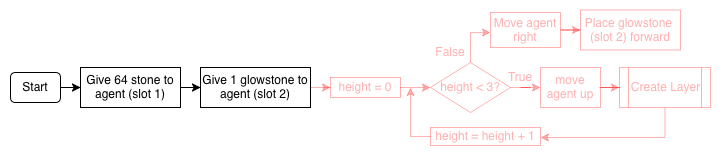
Above: tutorials/python-islands/island-7/tower_builder/images/flowchart-landscape_1.png in CausewayDigital/Minecraft-EE-MakeCode (draw.io), before the change. Source tidied: cells renumbered, new cells last; positions are measured from the earlier drawing's top-left corner, leaving out a move shared by most shapes.
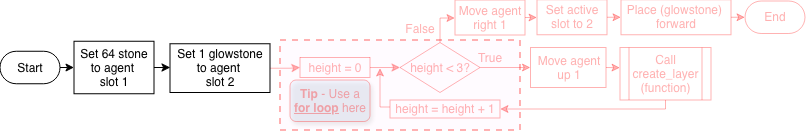
The same diagram one commit later.

Diff of the diagram source:
```diff
@@ -2,85 +2,107 @@
   <root>
     <mxCell id="0" />
     <mxCell id="1" parent="0" />
-    <mxCell id="2" style="edgeStyle=orthogonalEdgeStyle;rounded=0;jettySize=auto;html=1;" parent="1" edge="1" source="3" target="5">
-      <mxGeometry relative="1" as="geometry" />
-    </mxCell>
-    <mxCell id="3" value="Start" style="rounded=1;whiteSpace=wrap;html=1;" parent="1" vertex="1">
-      <mxGeometry y="63" width="50" height="30" as="geometry" />
-    </mxCell>
-    <mxCell id="4" style="edgeStyle=orthogonalEdgeStyle;rounded=0;jettySize=auto;html=1;" parent="1" edge="1" source="5" target="7">
+    <mxCell id="4" style="edgeStyle=orthogonalEdgeStyle;rounded=0;jettySize=auto;html=1;exitX=1;exitY=0.5;exitDx=0;exitDy=0;entryX=0;entryY=0.5;entryDx=0;entryDy=0;" parent="1" edge="1" source="5" target="7">
       <mxGeometry relative="1" as="geometry" />
     </mxCell>
-    <mxCell id="5" value="Give 64 stone to agent (slot 1)" style="rounded=0;whiteSpace=wrap;html=1;" parent="1" vertex="1">
-      <mxGeometry x="70" y="58" width="100" height="40" as="geometry" />
+    <mxCell id="5" value="Set 64 stone to agent&amp;nbsp;&lt;div&gt;slot 1&lt;/div&gt;" style="rounded=0;whiteSpace=wrap;html=1;" parent="1" vertex="1">
+      <mxGeometry x="-346" y="49.2" width="80" height="52.5" as="geometry" />
     </mxCell>
-    <mxCell id="6" style="edgeStyle=orthogonalEdgeStyle;rounded=0;jettySize=auto;html=1;fontColor=#FF0000;textOpacity=30;strokeColor=#FF0000;opacity=30;" parent="1" edge="1" source="7" target="9">
+    <mxCell id="6" style="edgeStyle=orthogonalEdgeStyle;rounded=0;jettySize=auto;html=1;strokeColor=#FF0000;opacity=30;textOpacity=30;fontColor=#FF0000;" parent="1" edge="1" source="7" target="9">
       <mxGeometry relative="1" as="geometry" />
     </mxCell>
-    <mxCell id="7" value="Give 1 glowstone to agent (slot 2)" style="rounded=0;whiteSpace=wrap;html=1;" parent="1" vertex="1">
-      <mxGeometry x="190" y="58" width="110" height="40" as="geometry" />
+    <mxCell id="7" value="Set 1 glowstone to agent&amp;nbsp;&lt;div&gt;slot 2&lt;/div&gt;" style="rounded=0;whiteSpace=wrap;html=1;" parent="1" vertex="1">
+      <mxGeometry x="-250" y="51.8" width="100" height="48.8" as="geometry" />
     </mxCell>
-    <mxCell id="8" style="edgeStyle=orthogonalEdgeStyle;rounded=0;jettySize=auto;html=1;fontColor=#FF0000;textOpacity=30;strokeColor=#FF0000;opacity=30;" parent="1" edge="1" source="9" target="12">
+    <mxCell id="8" style="edgeStyle=orthogonalEdgeStyle;rounded=0;jettySize=auto;html=1;strokeColor=#FF0000;opacity=30;textOpacity=30;fontColor=#FF0000;" parent="1" edge="1" source="9" target="12">
       <mxGeometry relative="1" as="geometry" />
     </mxCell>
-    <mxCell id="9" value="height = 0" style="rounded=0;whiteSpace=wrap;html=1;fontColor=#FF0000;textOpacity=30;strokeColor=#FF0000;opacity=30;" parent="1" vertex="1">
-      <mxGeometry x="320" y="68" width="70" height="20" as="geometry" />
+    <mxCell id="9" value="height = 0" style="rounded=0;whiteSpace=wrap;html=1;strokeColor=#FF0000;opacity=30;textOpacity=30;fontColor=#FF0000;" parent="1" vertex="1">
+      <mxGeometry x="-120" y="65.5" width="70" height="20" as="geometry" />
     </mxCell>
-    <mxCell id="10" style="edgeStyle=orthogonalEdgeStyle;rounded=0;jettySize=auto;html=1;fontColor=#FF0000;textOpacity=30;strokeColor=#FF0000;opacity=30;" parent="1" edge="1" source="12" target="18">
+    <mxCell id="10" style="edgeStyle=orthogonalEdgeStyle;rounded=0;jettySize=auto;html=1;strokeColor=#FF0000;opacity=30;textOpacity=30;fontColor=#FF0000;" parent="1" edge="1" source="12" target="18">
       <mxGeometry relative="1" as="geometry" />
     </mxCell>
-    <mxCell id="11" style="edgeStyle=orthogonalEdgeStyle;rounded=0;jettySize=auto;html=1;fontColor=#FF0000;textOpacity=30;strokeColor=#FF0000;opacity=30;" parent="1" edge="1" source="12" target="20">
+    <mxCell id="11" style="edgeStyle=orthogonalEdgeStyle;rounded=0;jettySize=auto;html=1;strokeColor=#FF0000;opacity=30;textOpacity=30;fontColor=#FF0000;" parent="1" edge="1" source="12" target="20">
       <mxGeometry relative="1" as="geometry">
         <Array as="points">
-          <mxPoint x="460" y="23" />
+          <mxPoint x="20" y="26" />
         </Array>
       </mxGeometry>
     </mxCell>
-    <mxCell id="12" value="height &amp;lt; 3?" style="rhombus;whiteSpace=wrap;html=1;fontColor=#FF0000;textOpacity=30;strokeColor=#FF0000;opacity=30;" parent="1" vertex="1">
-      <mxGeometry x="420" y="53" width="80" height="50" as="geometry" />
+    <mxCell id="12" value="height &amp;lt; 3?" style="rhombus;whiteSpace=wrap;html=1;strokeColor=#FF0000;opacity=30;textOpacity=30;fontColor=#FF0000;" parent="1" vertex="1">
+      <mxGeometry x="-20" y="50.5" width="80" height="50" as="geometry" />
     </mxCell>
-    <mxCell id="13" style="edgeStyle=orthogonalEdgeStyle;rounded=0;jettySize=auto;html=1;fontColor=#FF0000;textOpacity=30;strokeColor=#FF0000;opacity=30;" parent="1" edge="1" source="14">
-      <mxGeometry relative="1" as="geometry">
-        <mxPoint x="400" y="78" as="targetPoint" />
-      </mxGeometry>
-    </mxCell>
+    <mxCell id="25" style="edgeStyle=orthogonalEdgeStyle;rounded=0;orthogonalLoop=1;jettySize=auto;html=1;exitX=0;exitY=0.5;exitDx=0;exitDy=0;strokeColor=#FF0000;opacity=30;textOpacity=30;fontColor=#FF0000;" parent="1" edge="1">
+      <mxGeometry relative="1" as="geometry">
+        <mxPoint x="-30" y="115" as="sourcePoint" />
+        <mxPoint x="-40" y="76" as="targetPoint" />
+        <Array as="points">
+          <mxPoint x="-40" y="115" />
+        </Array>
+      </mxGeometry>
+    </mxCell>
-    <mxCell id="14" value="height = height + 1" style="rounded=0;whiteSpace=wrap;html=1;fontColor=#FF0000;textOpacity=30;strokeColor=#FF0000;opacity=30;" parent="1" vertex="1">
-      <mxGeometry x="420" y="118" width="110" height="18" as="geometry" />
+    <mxCell id="14" value="height = height + 1" style="rounded=0;whiteSpace=wrap;html=1;strokeColor=#FF0000;opacity=30;textOpacity=30;fontColor=#FF0000;" parent="1" vertex="1">
+      <mxGeometry x="-30" y="108" width="110" height="18" as="geometry" />
     </mxCell>
-    <mxCell id="15" value="False" style="text;html=1;strokeColor=none;fillColor=none;align=center;verticalAlign=middle;whiteSpace=wrap;rounded=0;fontColor=#FF0000;textOpacity=30;opacity=30;" parent="1" vertex="1">
-      <mxGeometry x="420" y="33" width="40" height="20" as="geometry" />
+    <mxCell id="15" value="False" style="text;html=1;strokeColor=none;fillColor=none;align=center;verticalAlign=middle;whiteSpace=wrap;rounded=0;opacity=30;textOpacity=30;fontColor=#FF0000;" parent="1" vertex="1">
+      <mxGeometry x="-20" y="26.5" width="40" height="20" as="geometry" />
     </mxCell>
-    <mxCell id="16" style="edgeStyle=orthogonalEdgeStyle;rounded=0;orthogonalLoop=1;jettySize=auto;html=1;exitX=0.5;exitY=1;exitDx=0;exitDy=0;fontColor=#FF0000;textOpacity=30;strokeColor=#FF0000;opacity=30;" parent="1" edge="1" source="15" target="15">
+    <mxCell id="16" style="edgeStyle=orthogonalEdgeStyle;rounded=0;orthogonalLoop=1;jettySize=auto;html=1;exitX=0.5;exitY=1;exitDx=0;exitDy=0;strokeColor=#FF0000;opacity=30;textOpacity=30;fontColor=#FF0000;" parent="1" edge="1" source="15" target="15">
       <mxGeometry relative="1" as="geometry" />
     </mxCell>
-    <mxCell id="17" style="edgeStyle=orthogonalEdgeStyle;rounded=0;jettySize=auto;html=1;fontColor=#FF0000;textOpacity=30;strokeColor=#FF0000;opacity=30;" parent="1" edge="1" source="18" target="24">
-      <mxGeometry relative="1" as="geometry" />
-    </mxCell>
-    <mxCell id="18" value="move agent up" style="rounded=0;whiteSpace=wrap;html=1;fontColor=#FF0000;textOpacity=30;strokeColor=#FF0000;opacity=30;" parent="1" vertex="1">
-      <mxGeometry x="530" y="58" width="60" height="40" as="geometry" />
+    <mxCell id="18" value="Move agent up 1" style="rounded=0;whiteSpace=wrap;html=1;strokeColor=#FF0000;opacity=30;textOpacity=30;fontColor=#FF0000;" parent="1" vertex="1">
+      <mxGeometry x="110.5" y="55.5" width="75.5" height="40" as="geometry" />
     </mxCell>
-    <mxCell id="19" style="edgeStyle=orthogonalEdgeStyle;rounded=0;jettySize=auto;html=1;fontColor=#FF0000;textOpacity=30;strokeColor=#FF0000;opacity=30;" parent="1" edge="1" source="20" target="21">
-      <mxGeometry relative="1" as="geometry" />
-    </mxCell>
+    <mxCell id="26" style="edgeStyle=orthogonalEdgeStyle;rounded=0;jettySize=auto;html=1;exitX=1;exitY=0.5;exitDx=0;exitDy=0;entryX=0;entryY=0.5;entryDx=0;entryDy=0;strokeColor=#FF0000;opacity=30;textOpacity=30;fontColor=#FF0000;" parent="1" edge="1" source="20" target="29">
+      <mxGeometry relative="1" as="geometry" />
+    </mxCell>
-    <mxCell id="20" value="Move agent right" style="rounded=0;whiteSpace=wrap;html=1;fontColor=#FF0000;textOpacity=30;strokeColor=#FF0000;opacity=30;" parent="1" vertex="1">
-      <mxGeometry x="480" y="3" width="70" height="35" as="geometry" />
+    <mxCell id="20" value="Move agent right 1" style="rounded=0;whiteSpace=wrap;html=1;strokeColor=#FF0000;opacity=30;textOpacity=30;fontColor=#FF0000;" parent="1" vertex="1">
+      <mxGeometry x="35" y="8" width="70" height="35" as="geometry" />
     </mxCell>
-    <mxCell id="21" value="&lt;div&gt;Place glowstone&amp;nbsp;&lt;/div&gt;&lt;div&gt;(slot 2) forward&lt;/div&gt;" style="rounded=0;whiteSpace=wrap;html=1;fontColor=#FF0000;textOpacity=30;strokeColor=#FF0000;opacity=30;" parent="1" vertex="1">
-      <mxGeometry x="570" y="0.5" width="100" height="40" as="geometry" />
+    <mxCell id="21" value="&lt;div&gt;Place (glowstone)&amp;nbsp;&lt;/div&gt;&lt;div&gt;forward&lt;/div&gt;" style="rounded=0;whiteSpace=wrap;html=1;strokeColor=#FF0000;opacity=30;textOpacity=30;fontColor=#FF0000;" parent="1" vertex="1">
+      <mxGeometry x="201" y="7.8" width="110" height="35" as="geometry" />
     </mxCell>
-    <mxCell id="22" value="True&lt;span style=&quot;font-family: monospace; font-size: 0px;&quot;&gt;%3CmxGraphModel%3E%3Croot%3E%3CmxCell%20id%3D%220%22%2F%3E%3CmxCell%20id%3D%221%22%20parent%3D%220%22%2F%3E%3CmxCell%20id%3D%222%22%20value%3D%22False%22%20style%3D%22text%3Bhtml%3D1%3BstrokeColor%3Dnone%3BfillColor%3Dnone%3Balign%3Dcenter%3BverticalAlign%3Dmiddle%3BwhiteSpace%3Dwrap%3Brounded%3D0%3B%22%20vertex%3D%221%22%20parent%3D%221%22%3E%3CmxGeometry%20x%3D%22260%22%20y%3D%22440%22%20width%3D%2240%22%20height%3D%2220%22%20as%3D%22geometry%22%2F%3E%3C%2FmxCell%3E%3C%2Froot%3E%3C%2FmxGraphModel%3E&lt;/span&gt;" style="text;html=1;strokeColor=none;fillColor=none;align=center;verticalAlign=middle;whiteSpace=wrap;rounded=0;fontColor=#FF0000;textOpacity=30;opacity=30;" parent="1" vertex="1">
-      <mxGeometry x="490" y="58" width="40" height="20" as="geometry" />
+    <mxCell id="22" value="True&lt;span style=&quot;font-family: monospace; font-size: 0px;&quot;&gt;%3CmxGraphModel%3E%3Croot%3E%3CmxCell%20id%3D%220%22%2F%3E%3CmxCell%20id%3D%221%22%20parent%3D%220%22%2F%3E%3CmxCell%20id%3D%222%22%20value%3D%22False%22%20style%3D%22text%3Bhtml%3D1%3BstrokeColor%3Dnone%3BfillColor%3Dnone%3Balign%3Dcenter%3BverticalAlign%3Dmiddle%3BwhiteSpace%3Dwrap%3Brounded%3D0%3B%22%20vertex%3D%221%22%20parent%3D%221%22%3E%3CmxGeometry%20x%3D%22260%22%20y%3D%22440%22%20width%3D%2240%22%20height%3D%2220%22%20as%3D%22geometry%22%2F%3E%3C%2FmxCell%3E%3C%2Froot%3E%3C%2FmxGraphModel%3E&lt;/span&gt;" style="text;html=1;strokeColor=none;fillColor=none;align=center;verticalAlign=middle;whiteSpace=wrap;rounded=0;opacity=30;textOpacity=30;fontColor=#FF0000;" parent="1" vertex="1">
+      <mxGeometry x="50" y="55.5" width="40" height="20" as="geometry" />
     </mxCell>
-    <mxCell id="23" style="edgeStyle=orthogonalEdgeStyle;rounded=0;jettySize=auto;html=1;entryX=1;entryY=0.5;entryDx=0;entryDy=0;fontColor=#FF0000;textOpacity=30;strokeColor=#FF0000;opacity=30;" parent="1" edge="1" source="24" target="14">
+    <mxCell id="23" style="edgeStyle=orthogonalEdgeStyle;rounded=0;jettySize=auto;html=1;exitX=0.5;exitY=1;exitDx=0;exitDy=0;entryX=1;entryY=0.5;entryDx=0;entryDy=0;strokeColor=#FF0000;opacity=30;textOpacity=30;fontColor=#FF0000;" parent="1" edge="1" source="24" target="14">
       <mxGeometry relative="1" as="geometry">
         <Array as="points">
-          <mxPoint x="655" y="128" />
-          <mxPoint x="530" y="128" />
+          <mxPoint x="246" y="117" />
         </Array>
       </mxGeometry>
     </mxCell>
-    <mxCell id="24" value="Create Layer" style="shape=process;whiteSpace=wrap;html=1;backgroundOutline=1;fontColor=#FF0000;textOpacity=30;strokeColor=#FF0000;opacity=30;" parent="1" vertex="1">
-      <mxGeometry x="609" y="58" width="91" height="40" as="geometry" />
+    <mxCell id="24" value="Call create_layer&lt;div&gt;(function)&lt;/div&gt;" style="shape=process;whiteSpace=wrap;html=1;backgroundOutline=1;strokeColor=#FF0000;opacity=30;textOpacity=30;fontColor=#FF0000;" parent="1" vertex="1">
+      <mxGeometry x="200" y="55.5" width="91" height="52.5" as="geometry" />
     </mxCell>
+    <mxCell id="27" value="End" style="html=1;dashed=0;whiteSpace=wrap;shape=mxgraph.dfd.start;strokeColor=#FF0000;opacity=30;textOpacity=30;fontColor=#FF0000;" parent="1" vertex="1">
+      <mxGeometry x="325" y="9" width="60" height="32.5" as="geometry" />
+    </mxCell>
+    <mxCell id="2" style="edgeStyle=orthogonalEdgeStyle;rounded=0;jettySize=auto;html=1;exitX=1;exitY=0.5;exitDx=0;exitDy=0;exitPerimeter=0;entryX=0;entryY=0.5;entryDx=0;entryDy=0;" parent="1" edge="1" source="3" target="5">
+      <mxGeometry relative="1" as="geometry" />
+    </mxCell>
+    <mxCell id="3" value="Start" style="html=1;dashed=0;whiteSpace=wrap;shape=mxgraph.dfd.start;" parent="1" vertex="1">
+      <mxGeometry x="-420" y="59.2" width="60" height="32.5" as="geometry" />
+    </mxCell>
+    <mxCell id="28" style="edgeStyle=orthogonalEdgeStyle;rounded=0;jettySize=auto;html=1;exitX=1;exitY=0.5;exitDx=0;exitDy=0;entryX=0;entryY=0.5;entryDx=0;entryDy=0;strokeColor=#FF0000;opacity=30;textOpacity=30;fontColor=#FF0000;" parent="1" edge="1" source="29" target="21">
+      <mxGeometry relative="1" as="geometry" />
+    </mxCell>
+    <mxCell id="29" value="Set active slot to 2" style="rounded=0;whiteSpace=wrap;html=1;strokeColor=#FF0000;opacity=30;textOpacity=30;fontColor=#FF0000;" parent="1" vertex="1">
+      <mxGeometry x="117" y="7.8" width="70" height="35" as="geometry" />
+    </mxCell>
+    <mxCell id="30" style="edgeStyle=orthogonalEdgeStyle;rounded=0;jettySize=auto;html=1;exitX=1;exitY=0.5;exitDx=0;exitDy=0;entryX=0;entryY=0.5;entryDx=0;entryDy=0;entryPerimeter=0;strokeColor=#FF0000;opacity=30;textOpacity=30;fontColor=#FF0000;" parent="1" edge="1" source="21" target="27">
+      <mxGeometry relative="1" as="geometry" />
+    </mxCell>
+    <mxCell id="17" style="endArrow=classic;html=1;rounded=0;exitX=1;exitY=0.5;exitDx=0;exitDy=0;entryX=0;entryY=0.385;entryDx=0;entryDy=0;entryPerimeter=0;strokeColor=#FF0000;opacity=30;textOpacity=30;fontColor=#FF0000;" parent="1" edge="1" source="18" target="24">
+      <mxGeometry relative="1" as="geometry" />
+    </mxCell>
+    <mxCell id="31" value="For loop" parent="0" />
+    <mxCell id="32" style="rounded=0;whiteSpace=wrap;html=1;fillColor=light-dark(#FB0FFF0D,#EDEDED0D);strokeColor=#FF0000;strokeWidth=2;dashed=1;perimeterSpacing=0;opacity=30;textOpacity=30;fontColor=#FF0000;" parent="31" vertex="1">
+      <mxGeometry x="-140" y="48" width="240" height="90" as="geometry" />
+    </mxCell>
+    <mxCell id="33" value="&lt;b&gt;Tip &lt;/b&gt;- Use a &lt;b&gt;&lt;u&gt;for loop&lt;/u&gt;&lt;/b&gt; here" style="text;html=1;whiteSpace=wrap;strokeColor=#FF0000;fillColor=#dae8fc;align=center;verticalAlign=middle;rounded=1;glass=0;shadow=1;opacity=30;textOpacity=30;fontColor=#FF0000;" parent="31" vertex="1">
+      <mxGeometry x="-130" y="88" width="80" height="41.5" as="geometry" />
+    </mxCell>
   </root>
 </mxGraphModel>
```
